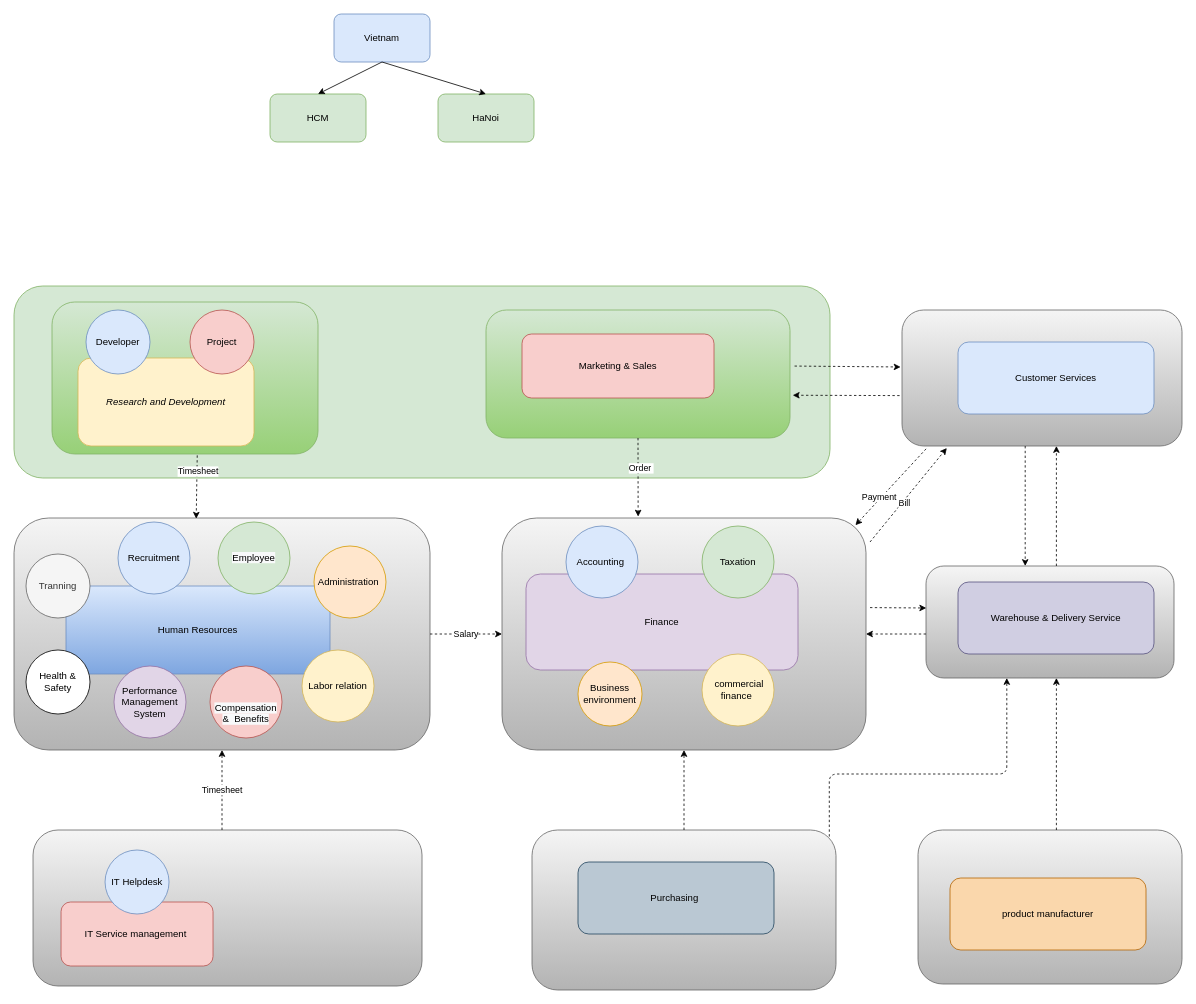
Above: page "Org_Chart" (1 of 2) of 04_docs/Department_Organizational_chart.drawio in letrthong/business (draw.io), before the change. Source tidied: cells renumbered, new cells numbered last; positions are measured from the earlier drawing's top-left corner, leaving out a move shared by most shapes. Both pictures are drawn from the tidied source at 80%, with x=0, y=0 at pixel (14, 14).
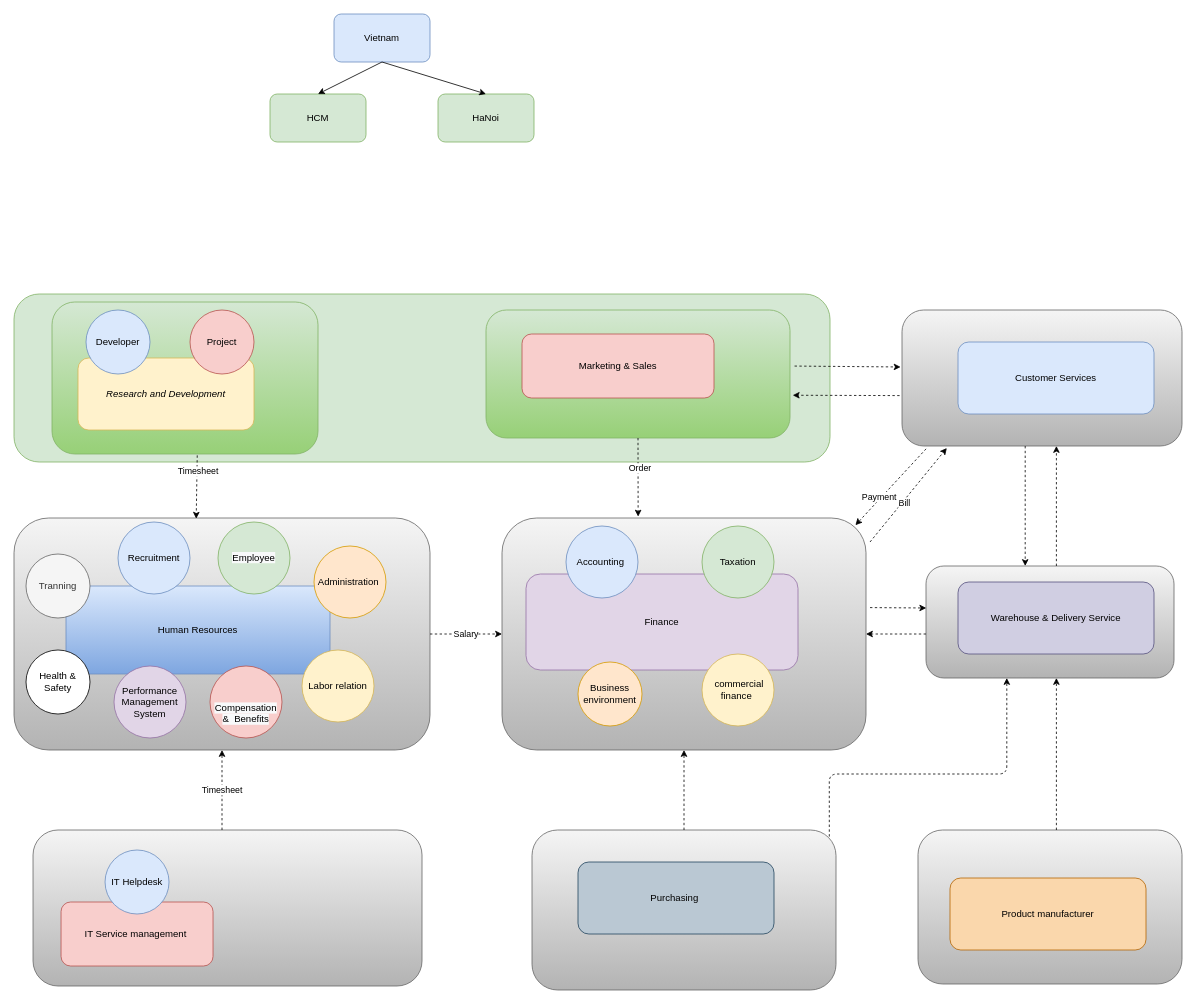
The same page after the edit.

What changed in the source:
```diff
@@
     <mxCell id="2" style="rounded=1;whiteSpace=wrap;html=1;fillColor=#d5e8d4;strokeColor=#82b366;" parent="1" vertex="1">
-      <mxGeometry y="340" width="1020" height="240" as="geometry" />
+      <mxGeometry y="350" width="1020" height="210" as="geometry" />
     </mxCell>
@@
     <mxCell id="17" value="&lt;em&gt;Research and Development&lt;/em&gt;" style="rounded=1;whiteSpace=wrap;html=1;fillColor=#fff2cc;strokeColor=#d6b656;" parent="1" vertex="1">
-      <mxGeometry x="80" y="430" width="220" height="110" as="geometry" />
+      <mxGeometry x="80" y="430" width="220" height="90" as="geometry" />
     </mxCell>
@@
-    <mxCell id="40" value="product manufacturer" style="rounded=1;whiteSpace=wrap;html=1;fillColor=#fad7ac;strokeColor=#b46504;" parent="1" vertex="1">
+    <mxCell id="40" value="Product manufacturer" style="rounded=1;whiteSpace=wrap;html=1;fillColor=#fad7ac;strokeColor=#b46504;" parent="1" vertex="1">
       <mxGeometry x="1170" y="1080" width="245" height="90" as="geometry" />
     </mxCell>
```
